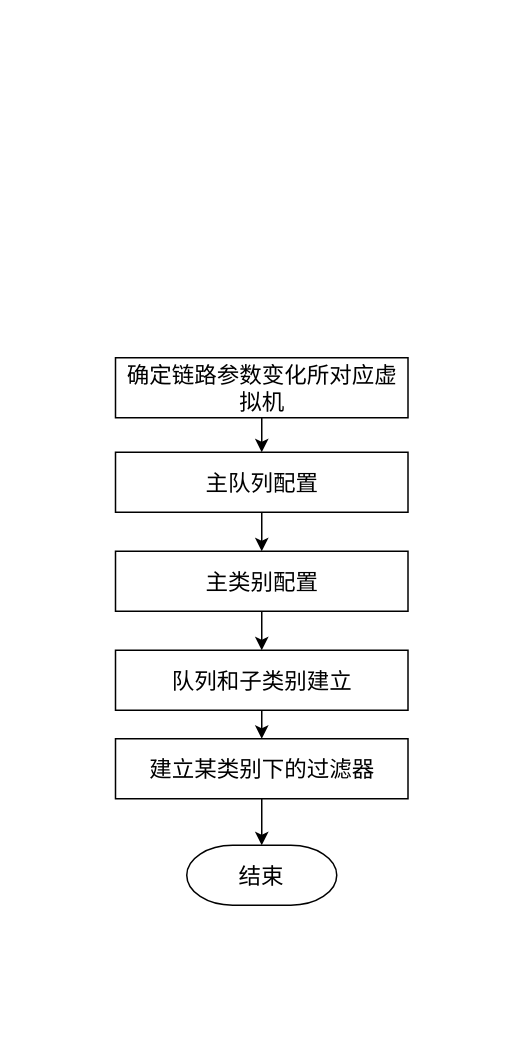
This is page "基于多级队列的链路性能仿真技术" (13 of 13) of 网络控制技术_流程图.drawio from Icarus1994/neutron_conf, a draw.io file, before an edit. Source tidied: cells renumbered, new cells numbered last; positions are measured from the earlier drawing's top-left corner, leaving out a move shared by most shapes. Both pictures are drawn from the tidied source at 150%, with x=0, y=0 at pixel (114, 357).
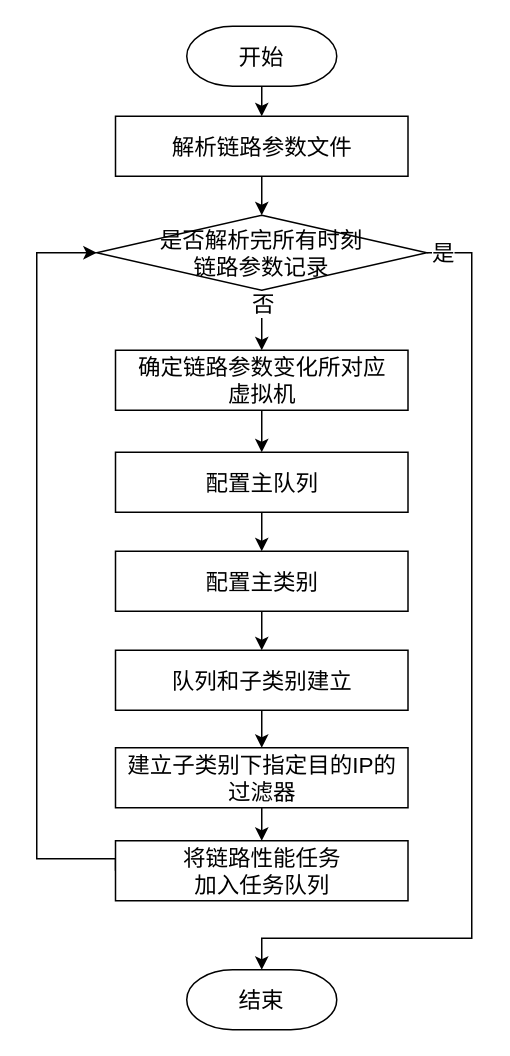
The same page after the edit.

Commit message:
Update 网络控制技术_流程图.drawio

What changed in the source:
```diff
@@
     <mxCell id="2" value="结束" style="strokeWidth=1;html=1;shape=mxgraph.flowchart.terminator;whiteSpace=wrap;fontSize=15;" parent="1" vertex="1">
-      <mxGeometry x="48" y="325" width="100" height="40" as="geometry" />
+      <mxGeometry x="48" y="408" width="100" height="40" as="geometry" />
     </mxCell>
@@
-    <mxCell id="4" value="主队列配置" style="rounded=0;whiteSpace=wrap;html=1;strokeWidth=1;fontSize=15;" parent="1" vertex="1">
+    <mxCell id="4" value="配置主队列" style="rounded=0;whiteSpace=wrap;html=1;strokeWidth=1;fontSize=15;" parent="1" vertex="1">
       <mxGeometry x="0.5" y="63" width="195" height="40" as="geometry" />
     </mxCell>
@@
-    <mxCell id="6" value="主类别配置" style="rounded=0;whiteSpace=wrap;html=1;strokeWidth=1;fontSize=15;" parent="1" vertex="1">
+    <mxCell id="6" value="配置主类别" style="rounded=0;whiteSpace=wrap;html=1;strokeWidth=1;fontSize=15;" parent="1" vertex="1">
       <mxGeometry x="0.5" y="129" width="195" height="40" as="geometry" />
     </mxCell>
@@
-    <mxCell id="9" style="edgeStyle=orthogonalEdgeStyle;rounded=0;jettySize=auto;html=1;exitX=0.5;exitY=1;exitDx=0;exitDy=0;entryX=0.5;entryY=0;entryDx=0;entryDy=0;entryPerimeter=0;fontSize=13;" parent="1" edge="1" source="10" target="2">
-      <mxGeometry relative="1" as="geometry" />
+    <mxCell id="9" style="edgeStyle=orthogonalEdgeStyle;rounded=0;jettySize=auto;html=1;entryX=0;entryY=0.5;entryDx=0;entryDy=0;fontSize=13;exitX=0;exitY=0.5;exitDx=0;exitDy=0;" parent="1" edge="1" source="23" target="20">
+      <mxGeometry relative="1" as="geometry">
+        <Array as="points">
+          <mxPoint x="-52" y="334" />
+          <mxPoint x="-52" y="-70" />
+        </Array>
+      </mxGeometry>
     </mxCell>
+    <mxCell id="13" style="edgeStyle=orthogonalEdgeStyle;rounded=0;jettySize=auto;html=1;exitX=0.5;exitY=1;exitDx=0;exitDy=0;entryX=0.5;entryY=0;entryDx=0;entryDy=0;startArrow=none;startFill=0;fontSize=15;" parent="1" edge="1" source="10" target="23">
+      <mxGeometry relative="1" as="geometry" />
+    </mxCell>
-    <mxCell id="10" value="建立某类别下的过滤器" style="rounded=0;whiteSpace=wrap;html=1;strokeWidth=1;fontSize=15;" parent="1" vertex="1">
-      <mxGeometry x="0.5" y="254" width="195" height="40" as="geometry" />
+    <mxCell id="10" value="建立子类别下指定目的IP的过滤器" style="rounded=0;whiteSpace=wrap;html=1;strokeWidth=1;fontSize=15;" parent="1" vertex="1">
+      <mxGeometry x="0.5" y="260" width="195" height="40" as="geometry" />
     </mxCell>
@@
-    <mxCell id="12" value="确定链路参数变化所对应虚拟机" style="rounded=0;whiteSpace=wrap;html=1;strokeWidth=1;fontSize=15;" parent="1" vertex="1">
-      <mxGeometry x="0.5" width="195" height="40" as="geometry" />
+    <mxCell id="12" value="确定链路参数变化所对应&lt;br&gt;虚拟机" style="rounded=0;whiteSpace=wrap;html=1;strokeWidth=1;fontSize=15;" parent="1" vertex="1">
+      <mxGeometry x="0.5" y="-5" width="195" height="40" as="geometry" />
     </mxCell>
+    <mxCell id="14" style="edgeStyle=orthogonalEdgeStyle;rounded=0;jettySize=auto;html=1;exitX=0.5;exitY=1;exitDx=0;exitDy=0;entryX=0.5;entryY=0;entryDx=0;entryDy=0;startArrow=none;startFill=0;fontSize=15;" parent="1" edge="1" source="15" target="20">
+      <mxGeometry relative="1" as="geometry" />
+    </mxCell>
+    <mxCell id="15" value="解析链路参数文件" style="rounded=0;whiteSpace=wrap;html=1;strokeWidth=1;fontSize=15;" parent="1" vertex="1">
+      <mxGeometry x="0.5" y="-161" width="195" height="40" as="geometry" />
+    </mxCell>
+    <mxCell id="16" style="edgeStyle=orthogonalEdgeStyle;rounded=0;jettySize=auto;html=1;exitX=0.5;exitY=1;exitDx=0;exitDy=0;entryX=0.5;entryY=0;entryDx=0;entryDy=0;startArrow=none;startFill=0;fontSize=15;" parent="1" edge="1" source="20" target="12">
+      <mxGeometry relative="1" as="geometry" />
+    </mxCell>
+    <mxCell id="17" value="否" style="edgeLabel;html=1;align=center;verticalAlign=middle;fontSize=15;" parent="16" vertex="1">
+      <mxGeometry x="-0.6" relative="1" as="geometry" />
+    </mxCell>
+    <mxCell id="18" style="edgeStyle=orthogonalEdgeStyle;rounded=0;jettySize=auto;html=1;exitX=1;exitY=0.5;exitDx=0;exitDy=0;startArrow=none;startFill=0;fontSize=15;" parent="1" edge="1" source="20" target="2">
+      <mxGeometry relative="1" as="geometry">
+        <Array as="points">
+          <mxPoint x="238" y="-70" />
+          <mxPoint x="238" y="387" />
+          <mxPoint x="98" y="387" />
+        </Array>
+      </mxGeometry>
+    </mxCell>
+    <mxCell id="19" value="是" style="edgeLabel;html=1;align=center;verticalAlign=middle;fontSize=15;" parent="18" vertex="1">
+      <mxGeometry x="-0.97" y="1" relative="1" as="geometry" />
+    </mxCell>
+    <mxCell id="20" value="&lt;font style=&quot;font-size: 15px&quot;&gt;是否解析完所有时刻&lt;br&gt;链路参数记录&lt;/font&gt;" style="rhombus;whiteSpace=wrap;html=1;fontSize=13;" parent="1" vertex="1">
+      <mxGeometry x="-12" y="-95" width="220" height="50" as="geometry" />
+    </mxCell>
+    <mxCell id="21" style="edgeStyle=orthogonalEdgeStyle;rounded=0;jettySize=auto;html=1;exitX=0.5;exitY=1;exitDx=0;exitDy=0;exitPerimeter=0;entryX=0.5;entryY=0;entryDx=0;entryDy=0;startArrow=none;startFill=0;fontSize=15;" parent="1" edge="1" source="22" target="15">
+      <mxGeometry relative="1" as="geometry" />
+    </mxCell>
+    <mxCell id="22" value="开始" style="strokeWidth=1;html=1;shape=mxgraph.flowchart.terminator;whiteSpace=wrap;fontSize=15;" parent="1" vertex="1">
+      <mxGeometry x="48" y="-221" width="100" height="40" as="geometry" />
+    </mxCell>
+    <mxCell id="23" value="将链路性能任务&lt;br&gt;加入任务队列" style="rounded=0;whiteSpace=wrap;html=1;strokeWidth=1;fontSize=15;" parent="1" vertex="1">
+      <mxGeometry x="0.5" y="322" width="195" height="40" as="geometry" />
+    </mxCell>
```
